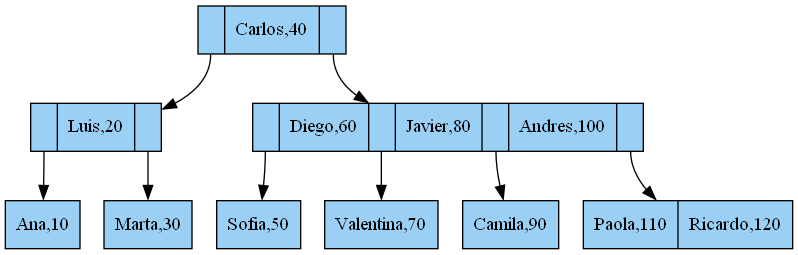
Earlier version of the Graphviz export arbol_b4.png (seb4sr/Repositorio_EDD_C_2S2026). Its source is kept beside it as arbol_b4.dot.
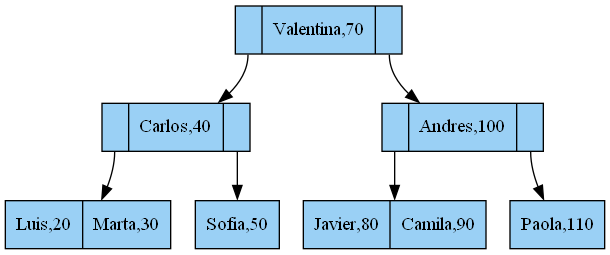
The same file after the commit.

Change to the diagram source:
```diff
@@ -1,20 +1,16 @@
 digraph ArbolB4 {
     node [shape=record, style=filled, fillcolor="#9ad0f5"];
-    n0 [label="<p0> | Carlos,40 | <p1>"];
-    n1 [label="<p0> | Luis,20 | <p1>"];
-    n2 [label="Ana,10"];
+    n0 [label="<p0> | Valentina,70 | <p1>"];
+    n1 [label="<p0> | Carlos,40 | <p1>"];
+    n2 [label="Luis,20 | Marta,30"];
     n1:p0 -> n2;
-    n3 [label="Marta,30"];
+    n3 [label="Sofia,50"];
     n1:p1 -> n3;
     n0:p0 -> n1;
-    n4 [label="<p0> | Diego,60 | <p1> | Javier,80 | <p2> | Andres,100 | <p3>"];
-    n5 [label="Sofia,50"];
+    n4 [label="<p0> | Andres,100 | <p1>"];
+    n5 [label="Javier,80 | Camila,90"];
     n4:p0 -> n5;
-    n6 [label="Valentina,70"];
+    n6 [label="Paola,110"];
     n4:p1 -> n6;
-    n7 [label="Camila,90"];
-    n4:p2 -> n7;
-    n8 [label="Paola,110 | Ricardo,120"];
-    n4:p3 -> n8;
     n0:p1 -> n4;
 }
```
